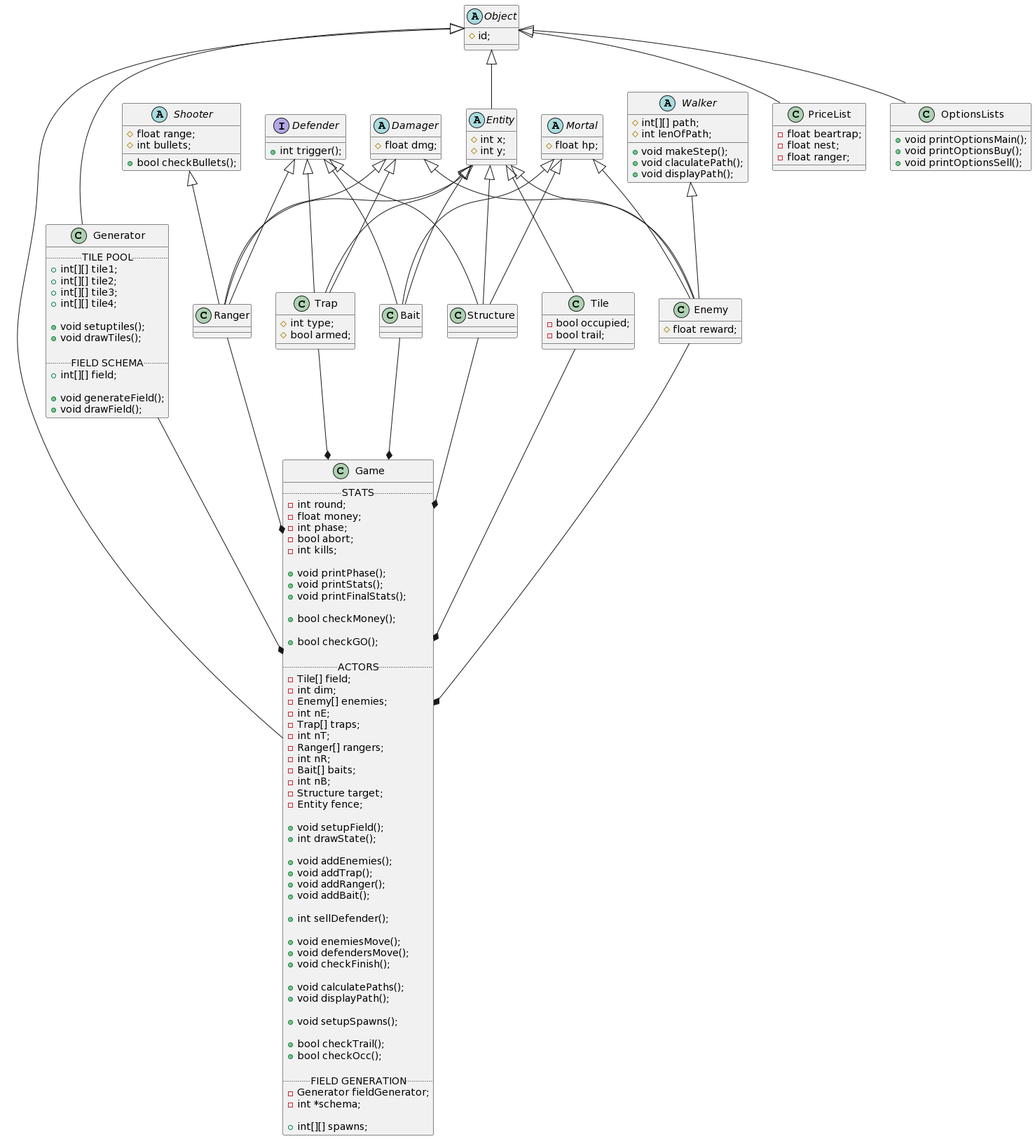
Earlier version of the PlantUML export class-diagram.png (Starlight-Crusader/OOP-Project-I-New).
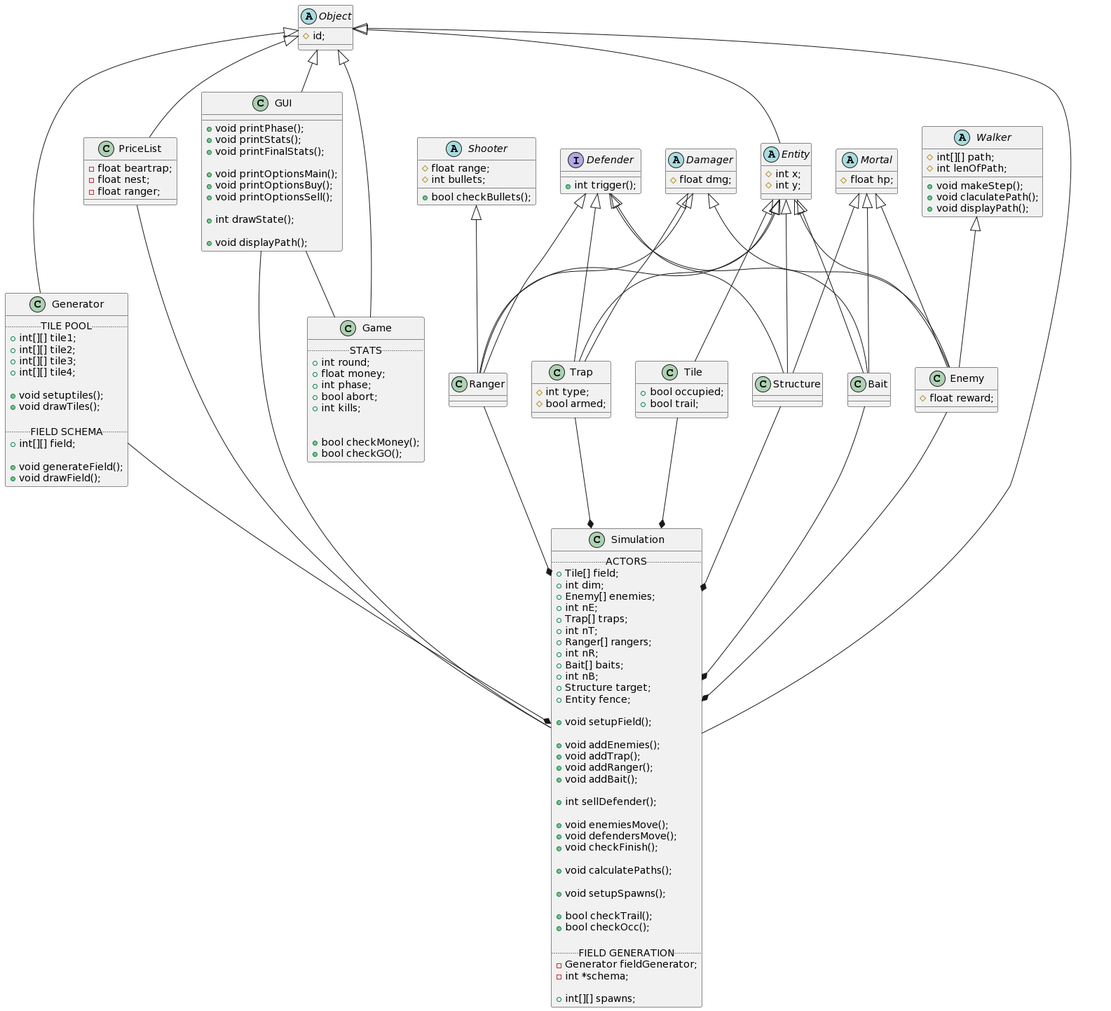
After the change.

Commit message:
(main) Ready to fuck everything up by introducing SOLID and stuff

The edit, as a diff of the source:
```diff
@@ -3,7 +3,8 @@
 Object <|-- Game
 Object <|-- Generator
 Object <|-- PriceList
-Object <|-- OptionsLists
+Object <|-- Simulation
+Object <|-- GUI
 
 Entity <|-- Trap
 Entity <|-- Bait
@@ -25,17 +26,20 @@
 Mortal <|-- Structure
 Mortal <|-- Bait
 
-Trap --* Game
-Bait --* Game
-Ranger --* Game
-Structure --* Game
-Tile --* Game
-Enemy --* Game
-
-Generator --* Game
+Trap --* Simulation
+Bait --* Simulation
+Ranger --* Simulation
+Structure --* Simulation
+Tile --* Simulation
+Enemy --* Simulation
+Generator --* Simulation
 
 Walker <|-- Enemy
 Shooter <|-- Ranger
+
+GUI -- Game
+GUI -- Simulation
+PriceList -- Simulation
 
 abstract Object {
  # id;
@@ -90,42 +94,53 @@
 class Structure {}
 
 class Tile {
- - bool occupied;
- - bool trail;
+ + bool occupied;
+ + bool trail;
 }
 
 class Game {
  .. STATS ..
- - int round;
- - float money;
- - int phase;
- - bool abort;
- - int kills;
+ + int round;
+ + float money;
+ + int phase;
+ + bool abort;
+ + int kills;
 
+
+ + bool checkMoney();
+ + bool checkGO();
+}
+
+class GUI {
  + void printPhase();
  + void printStats();
  + void printFinalStats();
 
- + bool checkMoney();
+ + void printOptionsMain();
+ + void printOptionsBuy();
+ + void printOptionsSell();
 
- + bool checkGO();
+ + int drawState();
 
+ + void displayPath();
+}
+
+class Simulation {
  .. ACTORS ..
- - Tile[] field;
- - int dim;
- - Enemy[] enemies;
- - int nE;
- - Trap[] traps;
- - int nT;
- - Ranger[] rangers;
- - int nR;
- - Bait[] baits;
- - int nB;
- - Structure target;
- - Entity fence;
+ + Tile[] field;
+ + int dim;
+ + Enemy[] enemies;
+ + int nE;
+ + Trap[] traps;
+ + int nT;
+ + Ranger[] rangers;
+ + int nR;
+ + Bait[] baits;
+ + int nB;
+ + Structure target;
+ + Entity fence;
 
  + void setupField();
- + int drawState();
 
  + void addEnemies();
  + void addTrap();
@@ -139,7 +154,6 @@
  + void checkFinish();
 
  + void calculatePaths();
- + void displayPath();
 
  + void setupSpawns();
 
@@ -159,12 +173,6 @@
  - float ranger;
 }
 
-class OptionsLists {
- + void printOptionsMain();
- + void printOptionsBuy();
- + void printOptionsSell();
-}
-
 class Generator {
  .. TILE POOL ..
  + int[][] tile1;
```
